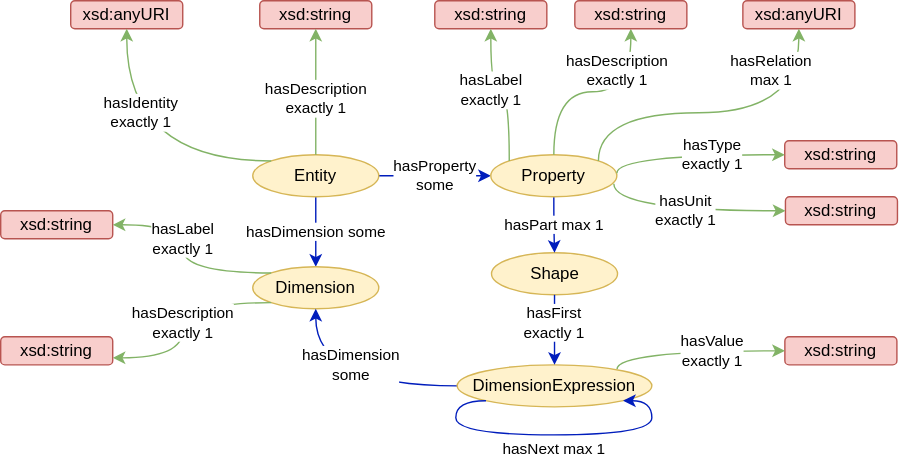
The draw.io diagram figs/entity.svg in emmo-repo/domain-datamodel, before a commit. Source tidied: cells renumbered, new cells last; positions are measured from the earlier drawing's top-left corner, leaving out a move shared by most shapes.
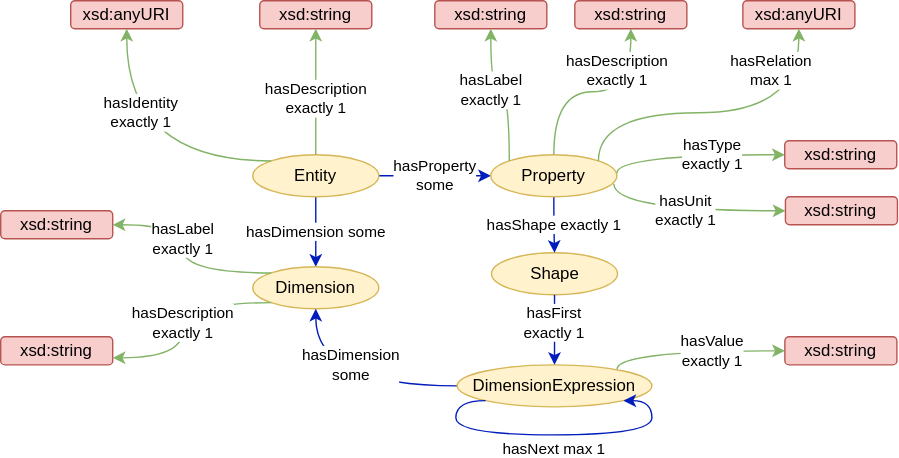
The same diagram one commit later.

Commit message:
Added missing hasShape relation

What changed in the source:
```diff
@@ -20,7 +20,7 @@
     <mxCell id="7" value="Shape" style="ellipse;whiteSpace=wrap;html=1;fillColor=#fff2cc;strokeColor=#d6b656;" parent="1" vertex="1">
       <mxGeometry x="350.5" y="180" width="90" height="30" as="geometry" />
     </mxCell>
-    <mxCell id="8" value="hasPart max 1" style="edgeStyle=orthogonalEdgeStyle;curved=1;rounded=0;jettySize=auto;html=1;endArrow=classic;endFill=1;strokeColor=#001DBC;exitX=0.5;exitY=1;exitDx=0;exitDy=0;" parent="1" edge="1" source="9" target="7">
+    <mxCell id="8" value="hasShape exactly 1" style="edgeStyle=orthogonalEdgeStyle;curved=1;rounded=0;jettySize=auto;html=1;endArrow=classic;endFill=1;strokeColor=#001DBC;exitX=0.5;exitY=1;exitDx=0;exitDy=0;" parent="1" edge="1" source="9" target="7">
       <mxGeometry relative="1" as="geometry" />
     </mxCell>
     <mxCell id="9" value="Property" style="ellipse;whiteSpace=wrap;html=1;fillColor=#fff2cc;strokeColor=#d6b656;" parent="1" vertex="1">
```
